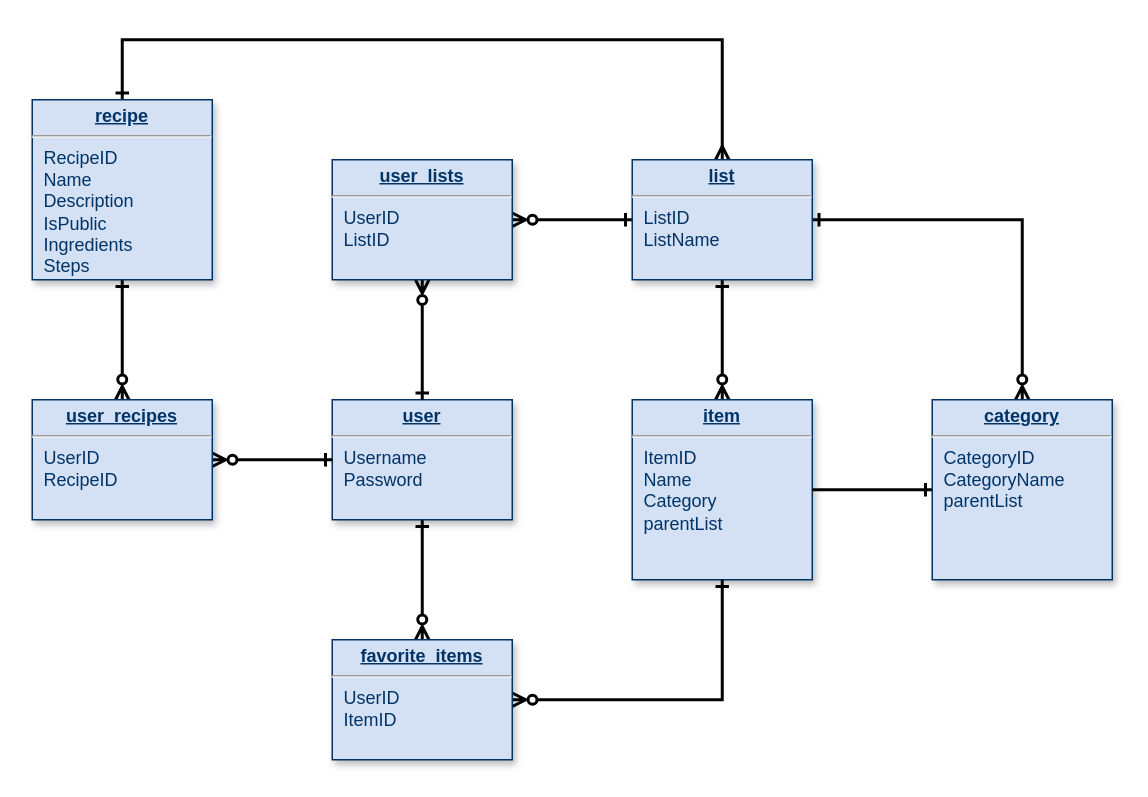
Before: db/dbDiagram.drawio in JacksonSahleen/FamilyListServer, a draw.io diagram. Source tidied: cells renumbered, new cells numbered last; positions are measured from the earlier drawing's top-left corner, leaving out a move shared by most shapes. Both pictures are drawn from the tidied source at 150%, with x=0, y=0 at pixel (32, 39).
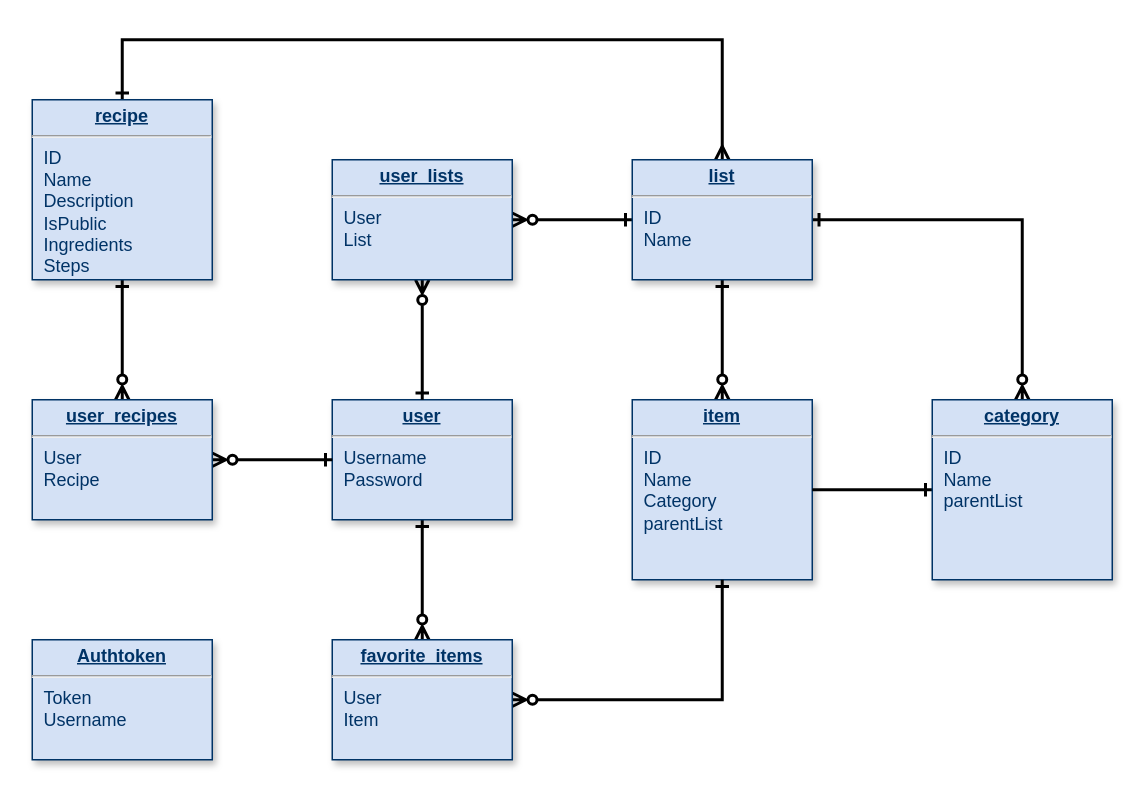
Above is the later version.

Diff of the diagram source:
```diff
@@
-    <mxCell id="5" value="&lt;p style=&quot;margin: 0px; margin-top: 4px; text-align: center; text-decoration: underline;&quot;&gt;&lt;strong&gt;item&lt;/strong&gt;&lt;/p&gt;&lt;hr&gt;&lt;p style=&quot;margin: 0px; margin-left: 8px;&quot;&gt;ItemID&lt;/p&gt;&lt;p style=&quot;margin: 0px; margin-left: 8px;&quot;&gt;Name&lt;/p&gt;&lt;p style=&quot;margin: 0px; margin-left: 8px;&quot;&gt;Category&lt;/p&gt;&lt;p style=&quot;margin: 0px; margin-left: 8px;&quot;&gt;parentList&lt;/p&gt;" style="verticalAlign=top;align=left;overflow=fill;fontSize=12;fontFamily=Helvetica;html=1;strokeColor=#003366;shadow=1;fillColor=#D4E1F5;fontColor=#003366;" parent="1" vertex="1">
+    <mxCell id="5" value="&lt;p style=&quot;margin: 0px; margin-top: 4px; text-align: center; text-decoration: underline;&quot;&gt;&lt;strong&gt;item&lt;/strong&gt;&lt;/p&gt;&lt;hr&gt;&lt;p style=&quot;margin: 0px; margin-left: 8px;&quot;&gt;&lt;span style=&quot;background-color: initial;&quot;&gt;ID&lt;/span&gt;&lt;/p&gt;&lt;p style=&quot;margin: 0px; margin-left: 8px;&quot;&gt;&lt;span style=&quot;background-color: initial;&quot;&gt;Name&lt;/span&gt;&lt;br&gt;&lt;/p&gt;&lt;p style=&quot;margin: 0px; margin-left: 8px;&quot;&gt;Category&lt;/p&gt;&lt;p style=&quot;margin: 0px; margin-left: 8px;&quot;&gt;parentList&lt;/p&gt;" style="verticalAlign=top;align=left;overflow=fill;fontSize=12;fontFamily=Helvetica;html=1;strokeColor=#003366;shadow=1;fillColor=#D4E1F5;fontColor=#003366;" parent="1" vertex="1">
       <mxGeometry x="400" y="240" width="120" height="120" as="geometry" />
     </mxCell>
@@
-    <mxCell id="8" value="&lt;p style=&quot;margin: 0px; margin-top: 4px; text-align: center; text-decoration: underline;&quot;&gt;&lt;b&gt;category&lt;/b&gt;&lt;/p&gt;&lt;hr&gt;&lt;p style=&quot;margin: 0px; margin-left: 8px;&quot;&gt;CategoryID&lt;/p&gt;&lt;p style=&quot;margin: 0px; margin-left: 8px;&quot;&gt;CategoryName&lt;/p&gt;&lt;p style=&quot;margin: 0px; margin-left: 8px;&quot;&gt;parentList&lt;/p&gt;" style="verticalAlign=top;align=left;overflow=fill;fontSize=12;fontFamily=Helvetica;html=1;strokeColor=#003366;shadow=1;fillColor=#D4E1F5;fontColor=#003366;" parent="1" vertex="1">
+    <mxCell id="8" value="&lt;p style=&quot;margin: 0px; margin-top: 4px; text-align: center; text-decoration: underline;&quot;&gt;&lt;b&gt;category&lt;/b&gt;&lt;/p&gt;&lt;hr&gt;&lt;p style=&quot;margin: 0px; margin-left: 8px;&quot;&gt;ID&lt;/p&gt;&lt;p style=&quot;margin: 0px; margin-left: 8px;&quot;&gt;Name&lt;/p&gt;&lt;p style=&quot;margin: 0px; margin-left: 8px;&quot;&gt;parentList&lt;/p&gt;" style="verticalAlign=top;align=left;overflow=fill;fontSize=12;fontFamily=Helvetica;html=1;strokeColor=#003366;shadow=1;fillColor=#D4E1F5;fontColor=#003366;" parent="1" vertex="1">
       <mxGeometry x="600" y="240" width="120" height="120" as="geometry" />
     </mxCell>
@@
-    <mxCell id="11" value="&lt;p style=&quot;margin: 0px; margin-top: 4px; text-align: center; text-decoration: underline;&quot;&gt;&lt;b&gt;list&lt;/b&gt;&lt;/p&gt;&lt;hr&gt;&lt;p style=&quot;margin: 0px; margin-left: 8px;&quot;&gt;ListID&lt;/p&gt;&lt;p style=&quot;margin: 0px; margin-left: 8px;&quot;&gt;ListName&lt;/p&gt;" style="verticalAlign=top;align=left;overflow=fill;fontSize=12;fontFamily=Helvetica;html=1;strokeColor=#003366;shadow=1;fillColor=#D4E1F5;fontColor=#003366;" parent="1" vertex="1">
+    <mxCell id="11" value="&lt;p style=&quot;margin: 0px; margin-top: 4px; text-align: center; text-decoration: underline;&quot;&gt;&lt;b&gt;list&lt;/b&gt;&lt;/p&gt;&lt;hr&gt;&lt;p style=&quot;margin: 0px; margin-left: 8px;&quot;&gt;ID&lt;/p&gt;&lt;p style=&quot;margin: 0px; margin-left: 8px;&quot;&gt;Name&lt;/p&gt;" style="verticalAlign=top;align=left;overflow=fill;fontSize=12;fontFamily=Helvetica;html=1;strokeColor=#003366;shadow=1;fillColor=#D4E1F5;fontColor=#003366;" parent="1" vertex="1">
       <mxGeometry x="400" y="80" width="120" height="80" as="geometry" />
     </mxCell>
@@
-    <mxCell id="13" value="&lt;p style=&quot;margin: 0px; margin-top: 4px; text-align: center; text-decoration: underline;&quot;&gt;&lt;strong&gt;recipe&lt;/strong&gt;&lt;/p&gt;&lt;hr&gt;&lt;p style=&quot;margin: 0px; margin-left: 8px;&quot;&gt;RecipeID&lt;/p&gt;&lt;p style=&quot;margin: 0px; margin-left: 8px;&quot;&gt;Name&lt;/p&gt;&lt;p style=&quot;margin: 0px; margin-left: 8px;&quot;&gt;Description&lt;/p&gt;&lt;p style=&quot;margin: 0px; margin-left: 8px;&quot;&gt;IsPublic&lt;/p&gt;&lt;p style=&quot;margin: 0px; margin-left: 8px;&quot;&gt;&lt;span style=&quot;background-color: initial;&quot;&gt;Ingredients&lt;/span&gt;&lt;br&gt;&lt;/p&gt;&lt;p style=&quot;margin: 0px; margin-left: 8px;&quot;&gt;Steps&lt;/p&gt;" style="verticalAlign=top;align=left;overflow=fill;fontSize=12;fontFamily=Helvetica;html=1;strokeColor=#003366;shadow=1;fillColor=#D4E1F5;fontColor=#003366;" parent="1" vertex="1">
+    <mxCell id="13" value="&lt;p style=&quot;margin: 0px; margin-top: 4px; text-align: center; text-decoration: underline;&quot;&gt;&lt;strong&gt;recipe&lt;/strong&gt;&lt;/p&gt;&lt;hr&gt;&lt;p style=&quot;margin: 0px; margin-left: 8px;&quot;&gt;&lt;span style=&quot;background-color: initial;&quot;&gt;ID&lt;/span&gt;&lt;/p&gt;&lt;p style=&quot;margin: 0px; margin-left: 8px;&quot;&gt;&lt;span style=&quot;background-color: initial;&quot;&gt;Name&lt;/span&gt;&lt;br&gt;&lt;/p&gt;&lt;p style=&quot;margin: 0px; margin-left: 8px;&quot;&gt;Description&lt;/p&gt;&lt;p style=&quot;margin: 0px; margin-left: 8px;&quot;&gt;IsPublic&lt;/p&gt;&lt;p style=&quot;margin: 0px; margin-left: 8px;&quot;&gt;&lt;span style=&quot;background-color: initial;&quot;&gt;Ingredients&lt;/span&gt;&lt;br&gt;&lt;/p&gt;&lt;p style=&quot;margin: 0px; margin-left: 8px;&quot;&gt;Steps&lt;/p&gt;" style="verticalAlign=top;align=left;overflow=fill;fontSize=12;fontFamily=Helvetica;html=1;strokeColor=#003366;shadow=1;fillColor=#D4E1F5;fontColor=#003366;" parent="1" vertex="1">
       <mxGeometry y="40" width="120" height="120" as="geometry" />
     </mxCell>
@@
-    <mxCell id="15" value="&lt;p style=&quot;margin: 0px; margin-top: 4px; text-align: center; text-decoration: underline;&quot;&gt;&lt;strong&gt;user_lists&lt;/strong&gt;&lt;/p&gt;&lt;hr&gt;&lt;p style=&quot;margin: 0px; margin-left: 8px;&quot;&gt;UserID&lt;/p&gt;&lt;p style=&quot;margin: 0px; margin-left: 8px;&quot;&gt;ListID&lt;/p&gt;" style="verticalAlign=top;align=left;overflow=fill;fontSize=12;fontFamily=Helvetica;html=1;strokeColor=#003366;shadow=1;fillColor=#D4E1F5;fontColor=#003366;" parent="1" vertex="1">
+    <mxCell id="15" value="&lt;p style=&quot;margin: 0px; margin-top: 4px; text-align: center; text-decoration: underline;&quot;&gt;&lt;strong&gt;user_lists&lt;/strong&gt;&lt;/p&gt;&lt;hr&gt;&lt;p style=&quot;margin: 0px; margin-left: 8px;&quot;&gt;User&lt;/p&gt;&lt;p style=&quot;margin: 0px; margin-left: 8px;&quot;&gt;List&lt;/p&gt;" style="verticalAlign=top;align=left;overflow=fill;fontSize=12;fontFamily=Helvetica;html=1;strokeColor=#003366;shadow=1;fillColor=#D4E1F5;fontColor=#003366;" parent="1" vertex="1">
       <mxGeometry x="200" y="80" width="120" height="80" as="geometry" />
     </mxCell>
@@
-    <mxCell id="17" value="&lt;p style=&quot;margin: 0px; margin-top: 4px; text-align: center; text-decoration: underline;&quot;&gt;&lt;b&gt;favorite_items&lt;/b&gt;&lt;/p&gt;&lt;hr&gt;&lt;p style=&quot;margin: 0px; margin-left: 8px;&quot;&gt;UserID&lt;/p&gt;&lt;p style=&quot;margin: 0px; margin-left: 8px;&quot;&gt;ItemID&lt;/p&gt;" style="verticalAlign=top;align=left;overflow=fill;fontSize=12;fontFamily=Helvetica;html=1;strokeColor=#003366;shadow=1;fillColor=#D4E1F5;fontColor=#003366;" parent="1" vertex="1">
+    <mxCell id="17" value="&lt;p style=&quot;margin: 0px; margin-top: 4px; text-align: center; text-decoration: underline;&quot;&gt;&lt;b&gt;favorite_items&lt;/b&gt;&lt;/p&gt;&lt;hr&gt;&lt;p style=&quot;margin: 0px; margin-left: 8px;&quot;&gt;User&lt;/p&gt;&lt;p style=&quot;margin: 0px; margin-left: 8px;&quot;&gt;Item&lt;/p&gt;" style="verticalAlign=top;align=left;overflow=fill;fontSize=12;fontFamily=Helvetica;html=1;strokeColor=#003366;shadow=1;fillColor=#D4E1F5;fontColor=#003366;" parent="1" vertex="1">
       <mxGeometry x="200" y="400" width="120" height="80" as="geometry" />
     </mxCell>
@@
-    <mxCell id="19" value="&lt;p style=&quot;margin: 0px; margin-top: 4px; text-align: center; text-decoration: underline;&quot;&gt;&lt;strong&gt;user_recipes&lt;/strong&gt;&lt;/p&gt;&lt;hr&gt;&lt;p style=&quot;margin: 0px; margin-left: 8px;&quot;&gt;UserID&lt;/p&gt;&lt;p style=&quot;margin: 0px; margin-left: 8px;&quot;&gt;RecipeID&lt;/p&gt;" style="verticalAlign=top;align=left;overflow=fill;fontSize=12;fontFamily=Helvetica;html=1;strokeColor=#003366;shadow=1;fillColor=#D4E1F5;fontColor=#003366;" parent="1" vertex="1">
+    <mxCell id="19" value="&lt;p style=&quot;margin: 0px; margin-top: 4px; text-align: center; text-decoration: underline;&quot;&gt;&lt;strong&gt;user_recipes&lt;/strong&gt;&lt;/p&gt;&lt;hr&gt;&lt;p style=&quot;margin: 0px; margin-left: 8px;&quot;&gt;User&lt;/p&gt;&lt;p style=&quot;margin: 0px; margin-left: 8px;&quot;&gt;Recipe&lt;/p&gt;" style="verticalAlign=top;align=left;overflow=fill;fontSize=12;fontFamily=Helvetica;html=1;strokeColor=#003366;shadow=1;fillColor=#D4E1F5;fontColor=#003366;" parent="1" vertex="1">
       <mxGeometry y="240" width="120" height="80" as="geometry" />
     </mxCell>
+    <mxCell id="20" value="&lt;p style=&quot;margin: 0px; margin-top: 4px; text-align: center; text-decoration: underline;&quot;&gt;&lt;b&gt;Authtoken&lt;/b&gt;&lt;/p&gt;&lt;hr&gt;&lt;p style=&quot;margin: 0px; margin-left: 8px;&quot;&gt;Token&lt;/p&gt;&lt;p style=&quot;margin: 0px; margin-left: 8px;&quot;&gt;Username&lt;/p&gt;" style="verticalAlign=top;align=left;overflow=fill;fontSize=12;fontFamily=Helvetica;html=1;strokeColor=#003366;shadow=1;fillColor=#D4E1F5;fontColor=#003366;" parent="1" vertex="1">
+      <mxGeometry y="400" width="120" height="80" as="geometry" />
+    </mxCell>
```
